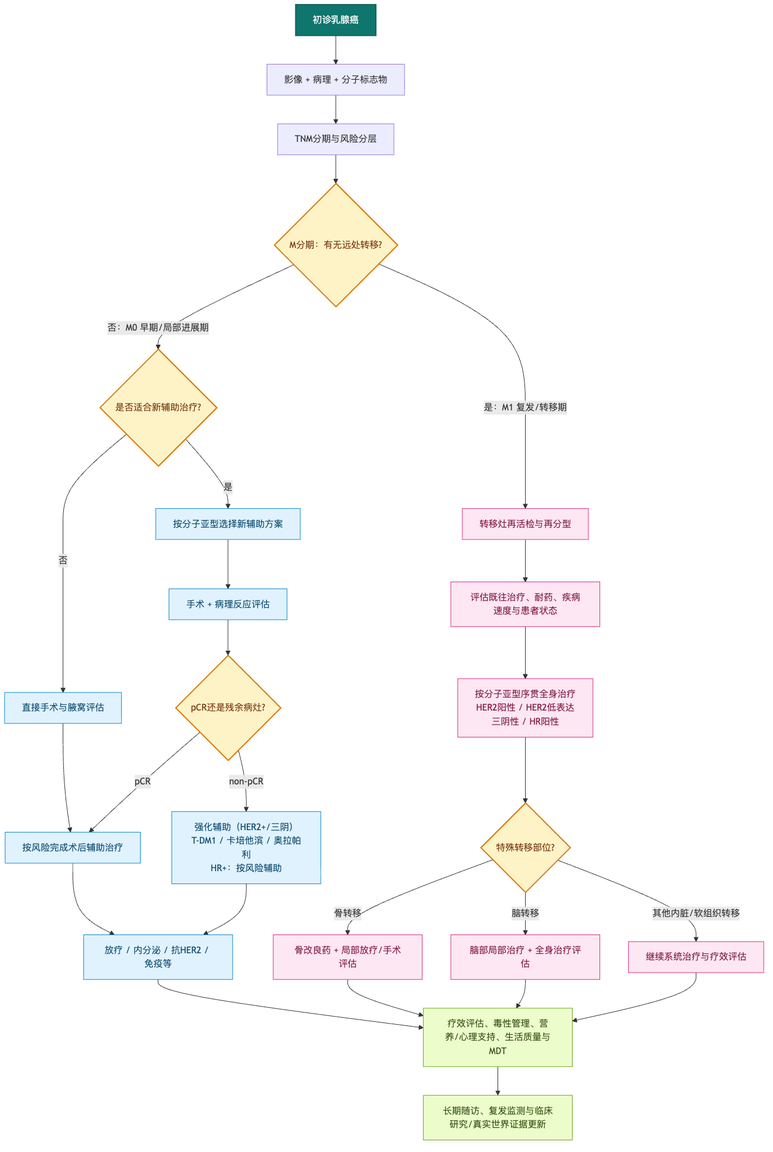
Above: diagrams/breast-cancer-treatment-decision-chain.png in dongjb741280/breast-cancer (Mermaid), before the change. Its source is kept beside it as diagrams/breast-cancer-treatment-decision-chain.mmd. Source of this version:
```mermaid
graph TD
    A[初诊乳腺癌] --> B[影像 + 病理 + 分子标志物]
    B --> C[TNM分期与风险分层]
    C --> D{M分期：有无远处转移?}

    D -->|否：M0 早期/局部进展期| E{是否适合新辅助治疗?}
    E -->|是| F[按分子亚型选择新辅助方案]
    E -->|否| G[直接手术与腋窝评估]
    F --> H[手术 + 病理反应评估]
    G --> J[按风险完成术后辅助治疗]
    H --> I{pCR还是残余病灶?}
    I -->|pCR| J[按风险完成术后辅助治疗]
    I -->|non-pCR| K[强化辅助（HER2+/三阴）<br/>T-DM1 / 卡培他滨 / 奥拉帕利<br/>HR+：按风险辅助]
    J --> L[放疗 / 内分泌 / 抗HER2 / 免疫等]
    K --> L

    D -->|是：M1 复发/转移期| M[转移灶再活检与再分型]
    M --> N[评估既往治疗、耐药、疾病速度与患者状态]
    N --> O[按分子亚型序贯全身治疗<br/>HER2阳性 / HER2低表达<br/>三阴性 / HR阳性]
    O --> P{特殊转移部位?}
    P -->|骨转移| Q[骨改良药 + 局部放疗/手术评估]
    P -->|脑转移| R[脑部局部治疗 + 全身治疗评估]
    P -->|其他内脏/软组织转移| S[继续系统治疗与疗效评估]

    L --> T[疗效评估、毒性管理、营养/心理支持、生活质量与MDT]
    Q --> T
    R --> T
    S --> T
    T --> U[长期随访、复发监测与临床研究/真实世界证据更新]

    classDef start fill:#0f766e,stroke:#115e59,color:#fff,stroke-width:2px;
    classDef decision fill:#fef3c7,stroke:#d97706,color:#78350f,stroke-width:2px;
    classDef early fill:#e0f2fe,stroke:#0284c7,color:#0c4a6e;
    classDef advanced fill:#fce7f3,stroke:#db2777,color:#831843;
    classDef support fill:#ecfccb,stroke:#65a30d,color:#365314;
    class A start;
    class D,E,I,P decision;
    class F,G,H,J,K,L early;
    class M,N,O,Q,R,S advanced;
    class T,U support;
```
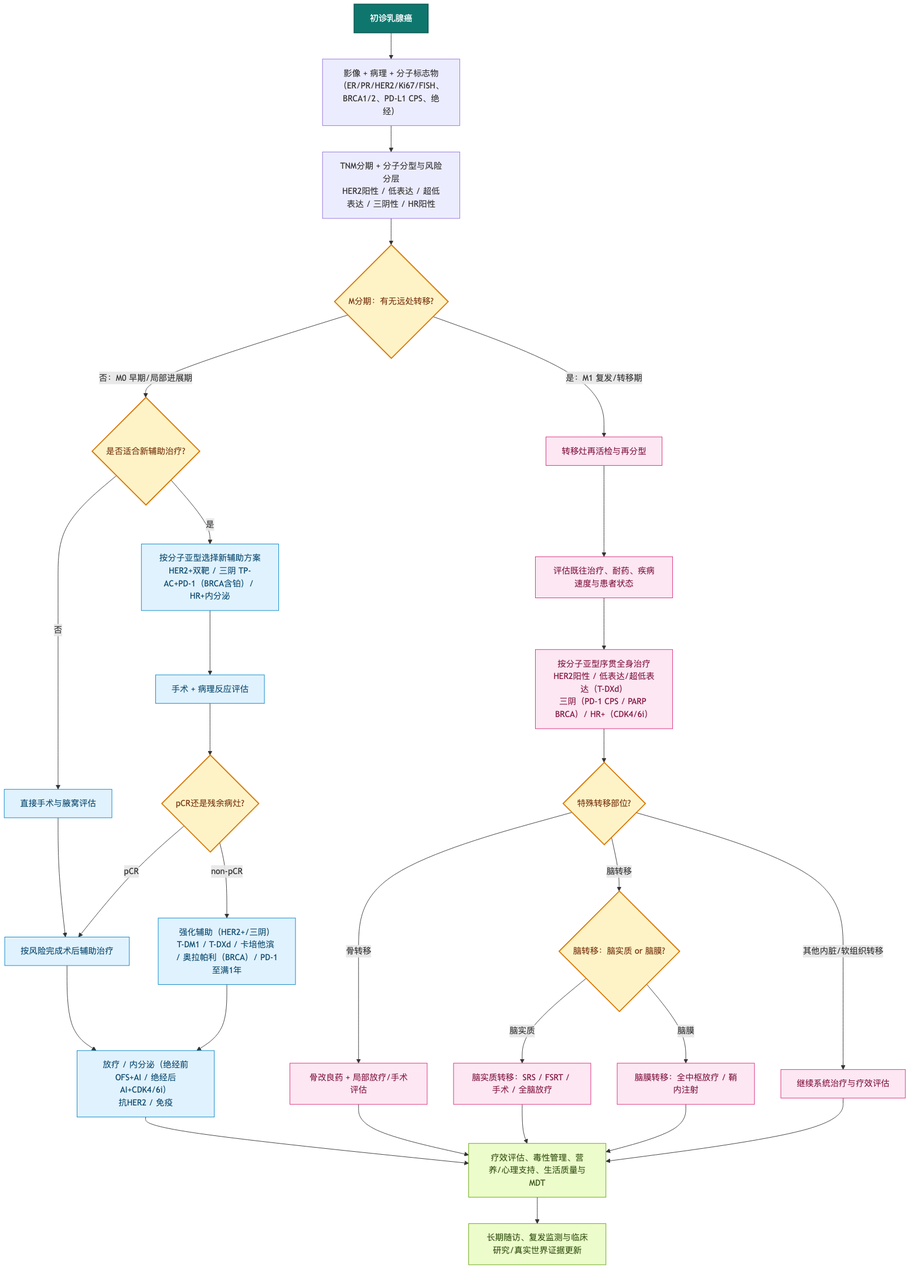
The same diagram one commit later.

Diff of the diagram source:
```diff
@@ -1,30 +1,33 @@
 graph TD
-    A[初诊乳腺癌] --> B[影像 + 病理 + 分子标志物]
-    B --> C[TNM分期与风险分层]
+    A[初诊乳腺癌] --> B[影像 + 病理 + 分子标志物<br/>（ER/PR/HER2/Ki67/FISH、BRCA1/2、PD-L1 CPS、绝经）]
+    B --> C[TNM分期 + 分子分型与风险分层<br/>HER2阳性 / 低表达 / 超低表达 / 三阴性 / HR阳性]
     C --> D{M分期：有无远处转移?}
 
     D -->|否：M0 早期/局部进展期| E{是否适合新辅助治疗?}
-    E -->|是| F[按分子亚型选择新辅助方案]
+    E -->|是| F[按分子亚型选择新辅助方案<br/>HER2+双靶 / 三阴 TP-AC+PD-1（BRCA含铂）/ HR+内分泌]
     E -->|否| G[直接手术与腋窝评估]
     F --> H[手术 + 病理反应评估]
     G --> J[按风险完成术后辅助治疗]
     H --> I{pCR还是残余病灶?}
     I -->|pCR| J[按风险完成术后辅助治疗]
-    I -->|non-pCR| K[强化辅助（HER2+/三阴）<br/>T-DM1 / 卡培他滨 / 奥拉帕利<br/>HR+：按风险辅助]
-    J --> L[放疗 / 内分泌 / 抗HER2 / 免疫等]
+    I -->|non-pCR| K[强化辅助（HER2+/三阴）<br/>T-DM1 / T-DXd / 卡培他滨 / 奥拉帕利（BRCA）/ PD-1至满1年]
+    J --> L[放疗 / 内分泌（绝经前OFS+AI / 绝经后AI+CDK4/6i）<br/>抗HER2 / 免疫]
     K --> L
 
     D -->|是：M1 复发/转移期| M[转移灶再活检与再分型]
     M --> N[评估既往治疗、耐药、疾病速度与患者状态]
-    N --> O[按分子亚型序贯全身治疗<br/>HER2阳性 / HER2低表达<br/>三阴性 / HR阳性]
+    N --> O[按分子亚型序贯全身治疗<br/>HER2阳性 / 低表达/超低表达（T-DXd）<br/>三阴（PD-1 CPS / PARP BRCA）/ HR+（CDK4/6i）]
     O --> P{特殊转移部位?}
     P -->|骨转移| Q[骨改良药 + 局部放疗/手术评估]
-    P -->|脑转移| R[脑部局部治疗 + 全身治疗评估]
+    P -->|脑转移| R{脑转移：脑实质 or 脑膜?}
     P -->|其他内脏/软组织转移| S[继续系统治疗与疗效评估]
+    R -->|脑实质| R1[脑实质转移：SRS / FSRT / 手术 / 全脑放疗]
+    R -->|脑膜| R2[脑膜转移：全中枢放疗 / 鞘内注射]
 
     L --> T[疗效评估、毒性管理、营养/心理支持、生活质量与MDT]
     Q --> T
-    R --> T
+    R1 --> T
+    R2 --> T
     S --> T
     T --> U[长期随访、复发监测与临床研究/真实世界证据更新]
 
@@ -34,7 +37,7 @@
     classDef advanced fill:#fce7f3,stroke:#db2777,color:#831843;
     classDef support fill:#ecfccb,stroke:#65a30d,color:#365314;
     class A start;
-    class D,E,I,P decision;
+    class D,E,I,P,R decision;
     class F,G,H,J,K,L early;
-    class M,N,O,Q,R,S advanced;
+    class M,N,O,Q,R1,R2,S advanced;
     class T,U support;
```
